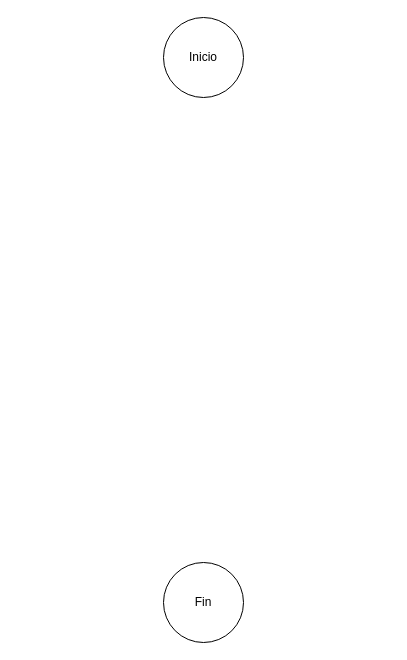
Before: Diagrama.drawio in lenase0077/Diagramas, a draw.io diagram. Source tidied: cells renumbered, new cells numbered last; positions are measured from the earlier drawing's top-left corner, leaving out a move shared by most shapes. Both pictures are drawn from the tidied source at 100%, with x=0, y=0 at pixel (163, 17).
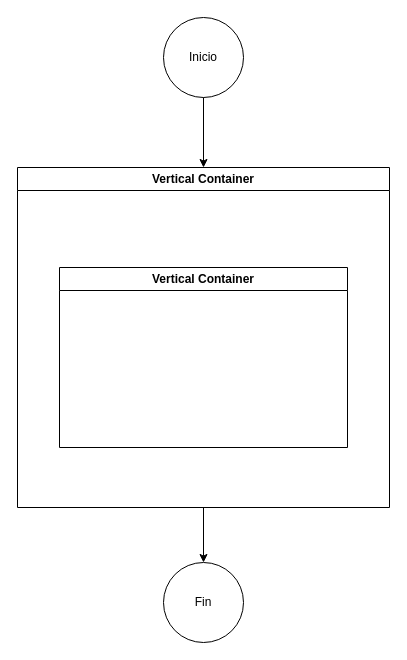
Above is the later version.

What changed in the source:
```diff
@@
 <mxGraphModel>
   <root>
     <mxCell id="0" />
     <mxCell id="1" parent="0" />
     <mxCell id="2" value="Inicio" style="ellipse;whiteSpace=wrap;html=1;" parent="1" vertex="1">
       <mxGeometry width="80" height="80" as="geometry" />
     </mxCell>
     <mxCell id="3" value="Fin" style="ellipse;whiteSpace=wrap;html=1;" parent="1" vertex="1">
       <mxGeometry y="545" width="80" height="80" as="geometry" />
     </mxCell>
+    <mxCell id="4" value="Vertical Container" style="swimlane;whiteSpace=wrap;html=1;" parent="1" vertex="1">
+      <mxGeometry x="-146" y="150" width="372" height="340" as="geometry" />
+    </mxCell>
+    <mxCell id="5" value="Vertical Container" style="swimlane;whiteSpace=wrap;html=1;" parent="4" vertex="1">
+      <mxGeometry x="42" y="100" width="288" height="180" as="geometry" />
+    </mxCell>
+    <mxCell id="6" style="endArrow=classic;html=1;rounded=0;exitX=0.5;exitY=1;exitDx=0;exitDy=0;entryX=0.5;entryY=0;entryDx=0;entryDy=0;" parent="1" edge="1" source="2" target="4">
+      <mxGeometry relative="1" as="geometry" />
+    </mxCell>
+    <mxCell id="7" style="endArrow=classic;html=1;rounded=0;exitX=0.5;exitY=1;exitDx=0;exitDy=0;entryX=0.5;entryY=0;entryDx=0;entryDy=0;" parent="1" edge="1" source="4" target="3">
+      <mxGeometry relative="1" as="geometry" />
+    </mxCell>
   </root>
 </mxGraphModel>
```
